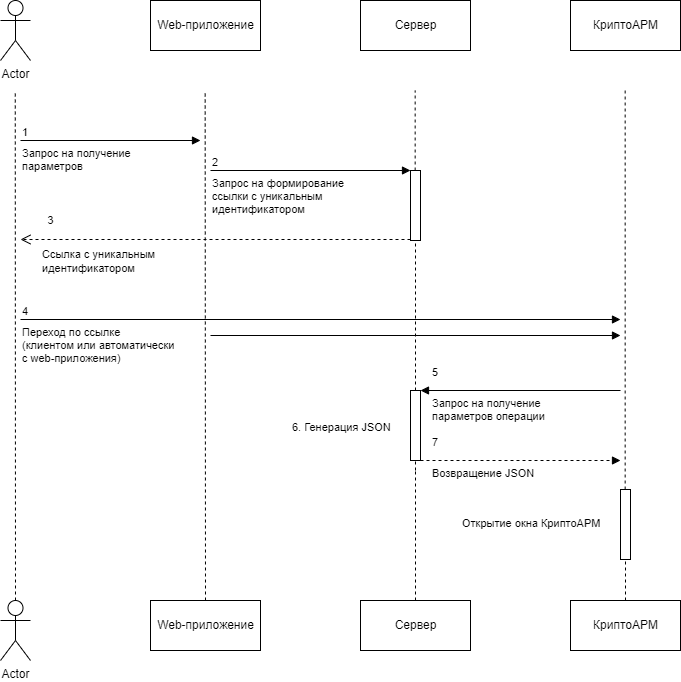
OlgaGaz/Test1 keeps this draw.io diagram as docs/007-mail/images/mail.drawio.png. Above is the earlier version. Source tidied: cells renumbered, new cells last; positions are measured from the earlier drawing's top-left corner, leaving out a move shared by most shapes.
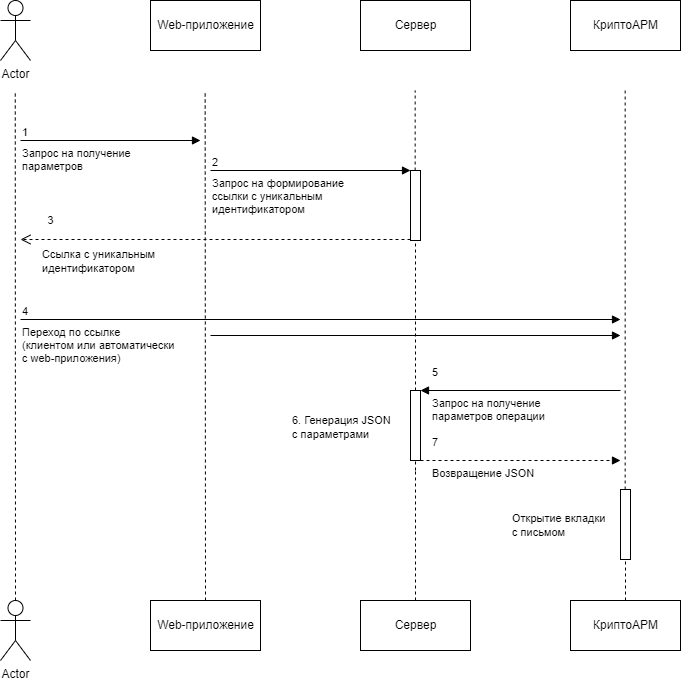
The same file after the commit.

Change to the diagram source:
```diff
@@ -109,8 +109,8 @@
     <mxCell id="25" style="html=1;points=[];perimeter=orthogonalPerimeter;" parent="1" vertex="1">
       <mxGeometry x="410" y="390" width="10" height="70" as="geometry" />
     </mxCell>
-    <mxCell id="26" value="&lt;span style=&quot;font-size: 11px; background-color: rgb(255, 255, 255);&quot;&gt;6. Генерация JSON&lt;/span&gt;" style="text;whiteSpace=wrap;html=1;" parent="1" vertex="1">
-      <mxGeometry x="290" y="412.5" width="110" height="25" as="geometry" />
+    <mxCell id="26" value="&lt;span style=&quot;font-size: 11px; background-color: rgb(255, 255, 255);&quot;&gt;6. Генерация JSON&lt;br&gt;с параметрами&lt;br&gt;&lt;/span&gt;" style="text;whiteSpace=wrap;html=1;" parent="1" vertex="1">
+      <mxGeometry x="290" y="406.2" width="110" height="37.5" as="geometry" />
     </mxCell>
     <mxCell id="27" value="Возвращение JSON" style="endArrow=block;endFill=1;html=1;edgeStyle=orthogonalEdgeStyle;align=left;verticalAlign=top;dashed=1;" parent="1" edge="1">
       <mxGeometry x="-0.9" relative="1" as="geometry">
@@ -123,8 +123,8 @@
         <mxPoint x="10" y="-10" as="offset" />
       </mxGeometry>
     </mxCell>
-    <mxCell id="29" value="&lt;span style=&quot;font-size: 11px; background-color: rgb(255, 255, 255);&quot;&gt;Открытие окна КриптоАРМ&lt;/span&gt;" style="text;whiteSpace=wrap;html=1;" parent="1" vertex="1">
-      <mxGeometry x="460" y="509" width="150" height="30" as="geometry" />
+    <mxCell id="29" value="&lt;span style=&quot;font-size: 11px; background-color: rgb(255, 255, 255);&quot;&gt;Открытие вкладки&lt;br&gt;с письмом&lt;/span&gt;" style="text;whiteSpace=wrap;html=1;" parent="1" vertex="1">
+      <mxGeometry x="510" y="503.5" width="100" height="41" as="geometry" />
     </mxCell>
     <mxCell id="30" value="Actor" style="shape=umlActor;verticalLabelPosition=bottom;verticalAlign=top;html=1;" parent="1" vertex="1">
       <mxGeometry y="600" width="30" height="60" as="geometry" />
```
